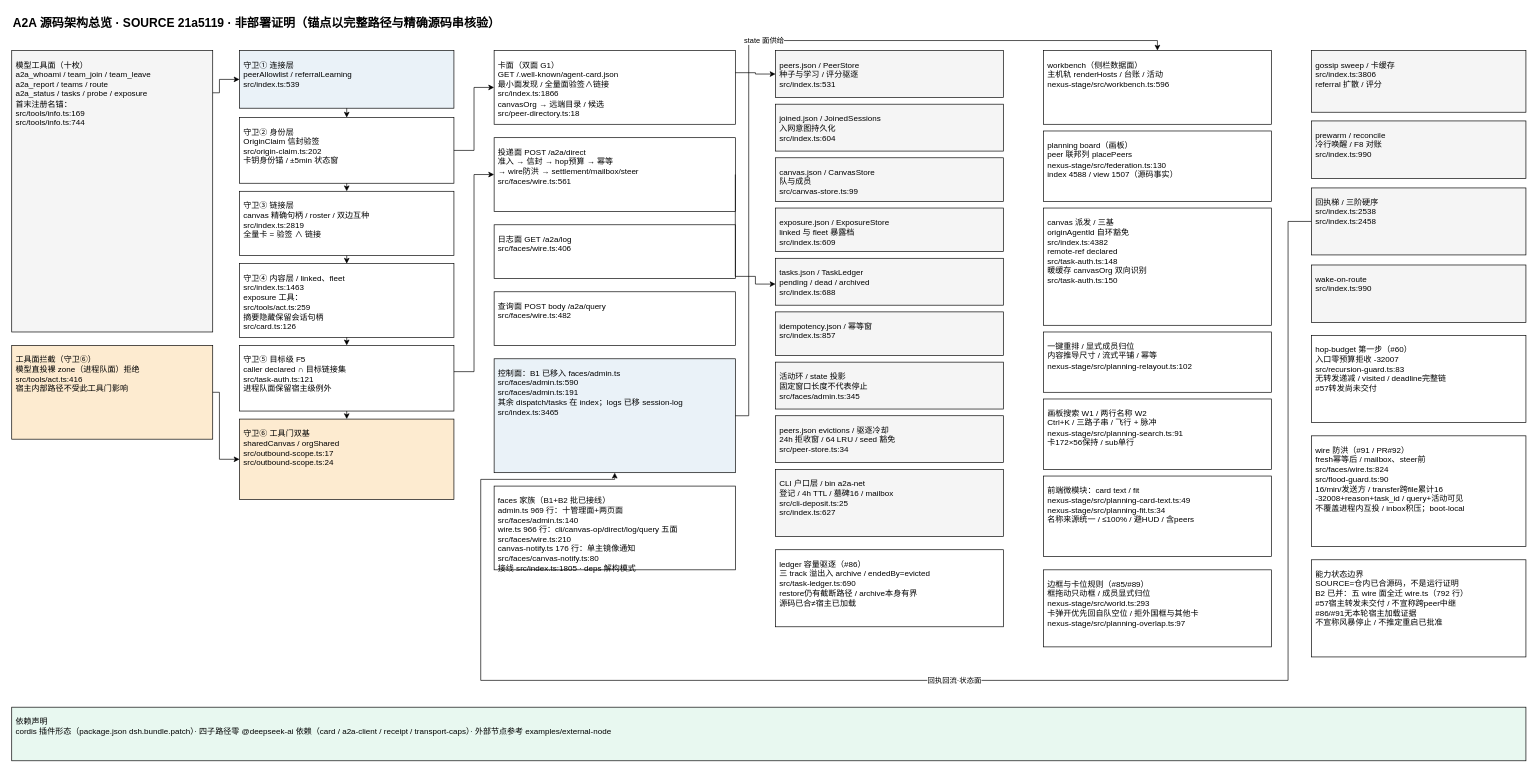
Before: page "系统架构总览" (1 of 2) of docs/arch/a2a-architecture.drawio in NelsonLongxiang/dsh-open-a2a-net, a draw.io diagram. Source tidied: cells renumbered, new cells numbered last; positions are measured from the earlier drawing's top-left corner, leaving out a move shared by most shapes. Both pictures are drawn from the tidied source at 67%, with x=0, y=0 at pixel (11, 11).
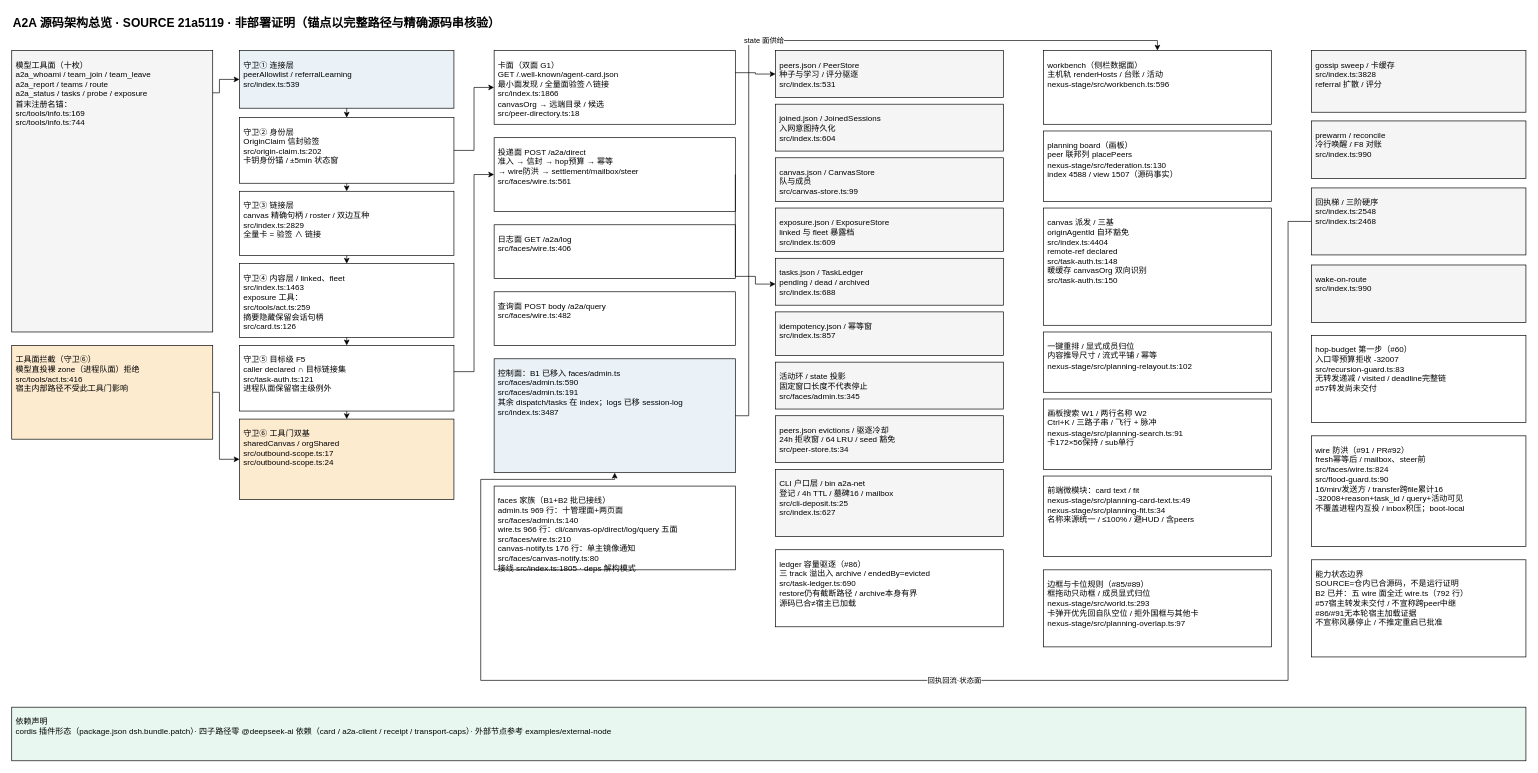
The same diagram, later.

The edit, as a diff of the source:
```diff
@@
-    <mxCell id="7" value="守卫③ 链接层&#10;canvas 精确句柄 / roster / 双边互种&#10;src/index.ts:2819&#10;全量卡 = 验签 ∧ 链接" style="rounded=0;whiteSpace=wrap;html=1;fontSize=12;fontColor=#000000;fillColor=#FFFFFF;strokeColor=#000000;align=left;verticalAlign=top;spacing=6;spacingTop=4;" parent="1" vertex="1">
+    <mxCell id="7" value="守卫③ 链接层&#10;canvas 精确句柄 / roster / 双边互种&#10;src/index.ts:2829&#10;全量卡 = 验签 ∧ 链接" style="rounded=0;whiteSpace=wrap;html=1;fontSize=12;fontColor=#000000;fillColor=#FFFFFF;strokeColor=#000000;align=left;verticalAlign=top;spacing=6;spacingTop=4;" parent="1" vertex="1">
       <mxGeometry x="340" y="268" width="320" height="96" as="geometry" />
     </mxCell>
@@
-    <mxCell id="15" value="控制面：B1 已移入 faces/admin.ts&#10;src/faces/admin.ts:590&#10;src/faces/admin.ts:191&#10;其余 dispatch/tasks 在 index；logs 已移 session-log&#10;src/index.ts:3465" style="rounded=0;whiteSpace=wrap;html=1;fontSize=12;fontColor=#000000;fillColor=#EAF2F8;strokeColor=#000000;align=left;verticalAlign=top;spacing=6;spacingTop=4;" parent="1" vertex="1">
+    <mxCell id="15" value="控制面：B1 已移入 faces/admin.ts&#10;src/faces/admin.ts:590&#10;src/faces/admin.ts:191&#10;其余 dispatch/tasks 在 index；logs 已移 session-log&#10;src/index.ts:3487" style="rounded=0;whiteSpace=wrap;html=1;fontSize=12;fontColor=#000000;fillColor=#EAF2F8;strokeColor=#000000;align=left;verticalAlign=top;spacing=6;spacingTop=4;" parent="1" vertex="1">
       <mxGeometry x="720" y="518" width="360" height="170" as="geometry" />
     </mxCell>
@@
-    <mxCell id="27" value="canvas 派发 / 三基&#10;originAgentId 自环豁免&#10;src/index.ts:4382&#10;remote-ref declared&#10;src/task-auth.ts:148&#10;暖缓存 canvasOrg 双向识别&#10;src/task-auth.ts:150" style="rounded=0;whiteSpace=wrap;html=1;fontSize=12;fontColor=#000000;fillColor=#FFFFFF;strokeColor=#000000;align=left;verticalAlign=top;spacing=6;spacingTop=4;" parent="1" vertex="1">
+    <mxCell id="27" value="canvas 派发 / 三基&#10;originAgentId 自环豁免&#10;src/index.ts:4404&#10;remote-ref declared&#10;src/task-auth.ts:148&#10;暖缓存 canvasOrg 双向识别&#10;src/task-auth.ts:150" style="rounded=0;whiteSpace=wrap;html=1;fontSize=12;fontColor=#000000;fillColor=#FFFFFF;strokeColor=#000000;align=left;verticalAlign=top;spacing=6;spacingTop=4;" parent="1" vertex="1">
       <mxGeometry x="1540" y="293" width="340" height="175" as="geometry" />
     </mxCell>
@@
-    <mxCell id="30" value="gossip sweep / 卡缓存&#10;src/index.ts:3806&#10;referral 扩散 / 评分" style="rounded=0;whiteSpace=wrap;html=1;fontSize=12;fontColor=#000000;fillColor=#F5F5F5;strokeColor=#000000;align=left;verticalAlign=top;spacing=6;spacingTop=4;" parent="1" vertex="1">
+    <mxCell id="30" value="gossip sweep / 卡缓存&#10;src/index.ts:3828&#10;referral 扩散 / 评分" style="rounded=0;whiteSpace=wrap;html=1;fontSize=12;fontColor=#000000;fillColor=#F5F5F5;strokeColor=#000000;align=left;verticalAlign=top;spacing=6;spacingTop=4;" parent="1" vertex="1">
       <mxGeometry x="1940" y="58" width="320" height="92" as="geometry" />
     </mxCell>
@@
-    <mxCell id="32" value="回执梯 / 三阶硬序&#10;src/index.ts:2538&#10;src/index.ts:2458" style="rounded=0;whiteSpace=wrap;html=1;fontSize=12;fontColor=#000000;fillColor=#F5F5F5;strokeColor=#000000;align=left;verticalAlign=top;spacing=6;spacingTop=4;" parent="1" vertex="1">
+    <mxCell id="32" value="回执梯 / 三阶硬序&#10;src/index.ts:2548&#10;src/index.ts:2468" style="rounded=0;whiteSpace=wrap;html=1;fontSize=12;fontColor=#000000;fillColor=#F5F5F5;strokeColor=#000000;align=left;verticalAlign=top;spacing=6;spacingTop=4;" parent="1" vertex="1">
       <mxGeometry x="1940" y="263" width="320" height="100" as="geometry" />
     </mxCell>
```
